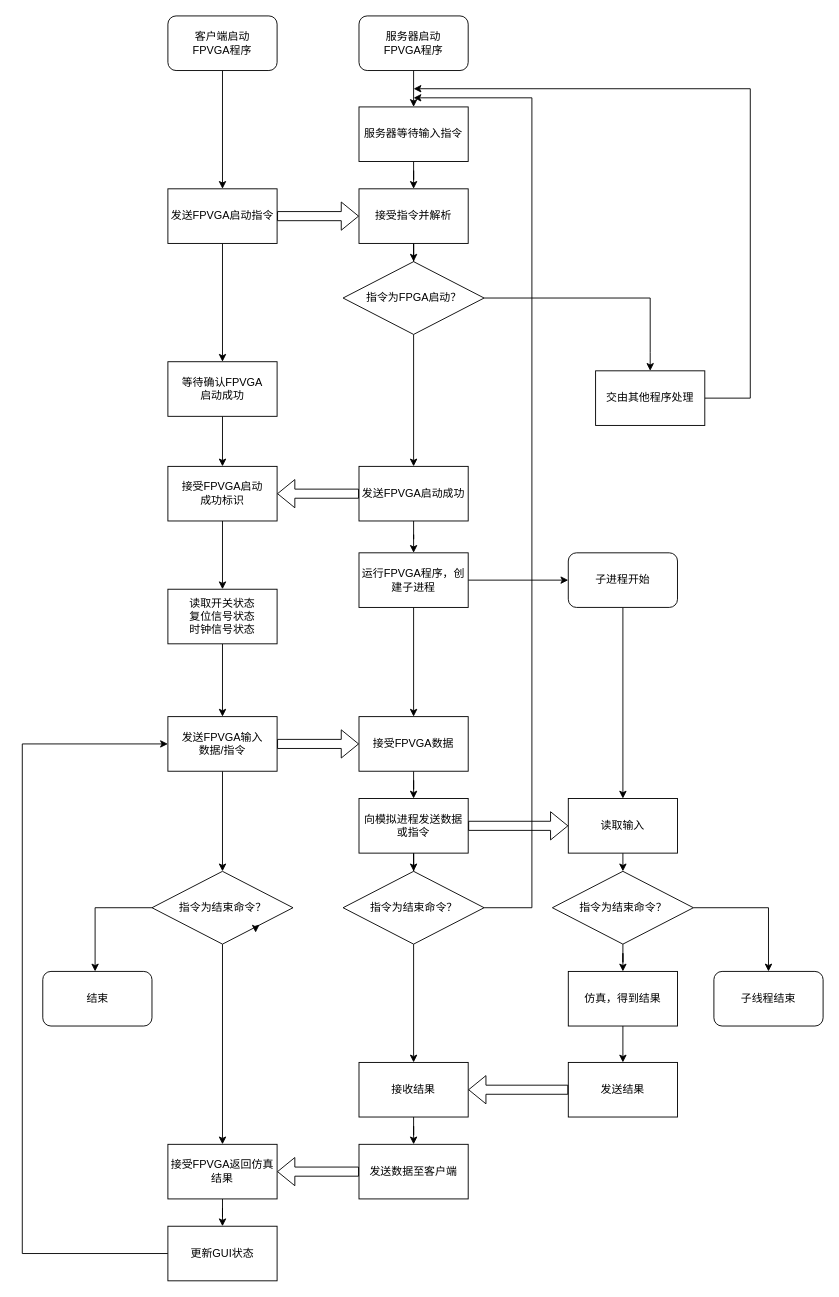
The draw.io diagram page "Page-4" (4 of 6) of Task2.drawio in moui66744/NetDesign, before the edit. Source tidied: cells renumbered, new cells numbered last; positions are measured from the earlier drawing's top-left corner, leaving out a move shared by most shapes. Both pictures are drawn from the tidied source at 91%, with x=0, y=0 at pixel (22, 15).
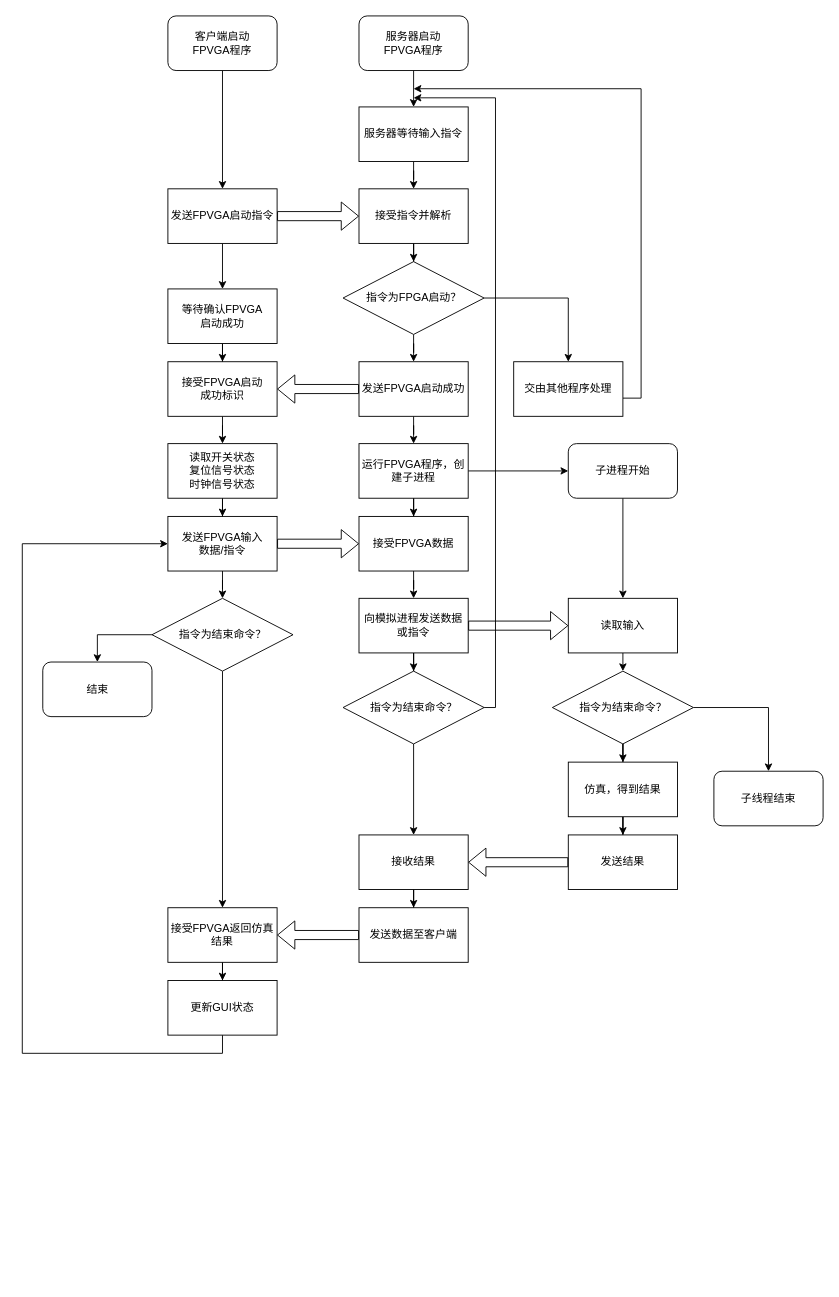
The same diagram, later.

The change refers to these unchanged cells:
```xml
<mxCell id="15" value="指令为FPGA启动？" style="rhombus;whiteSpace=wrap;html=1;" parent="1" vertex="1">
  <mxGeometry x="352.5" y="270" width="155" height="80" as="geometry" />
</mxCell>
```

Diff of the diagram source:
```diff
@@
     <mxCell id="13" style="edgeStyle=orthogonalEdgeStyle;rounded=0;jettySize=auto;html=1;entryX=0.5;entryY=0;entryDx=0;entryDy=0;" parent="1" edge="1" source="15" target="17">
       <mxGeometry relative="1" as="geometry">
         <Array as="points">
-          <mxPoint x="690" y="310" />
-          <mxPoint x="690" y="370" />
+          <mxPoint x="600" y="310" />
         </Array>
       </mxGeometry>
     </mxCell>
@@
     <mxCell id="16" style="edgeStyle=orthogonalEdgeStyle;rounded=0;jettySize=auto;html=1;" parent="1" edge="1" source="17">
       <mxGeometry relative="1" as="geometry">
         <mxPoint x="430" y="80" as="targetPoint" />
         <Array as="points">
-          <mxPoint x="800" y="420" />
-          <mxPoint x="800" y="80" />
+          <mxPoint x="680" y="420" />
+          <mxPoint x="680" y="80" />
         </Array>
       </mxGeometry>
     </mxCell>
     <mxCell id="17" value="交由其他程序处理" style="rounded=0;whiteSpace=wrap;html=1;" parent="1" vertex="1">
-      <mxGeometry x="630" y="390" width="120" height="60" as="geometry" />
+      <mxGeometry x="540" y="380" width="120" height="60" as="geometry" />
     </mxCell>
@@
     <mxCell id="19" value="发送FPVGA启动成功" style="rounded=0;whiteSpace=wrap;html=1;" parent="1" vertex="1">
-      <mxGeometry x="370" y="495" width="120" height="60" as="geometry" />
+      <mxGeometry x="370" y="380" width="120" height="60" as="geometry" />
     </mxCell>
@@
     <mxCell id="22" value="运行FPVGA程序，创建子进程" style="rounded=0;whiteSpace=wrap;html=1;" parent="1" vertex="1">
-      <mxGeometry x="370" y="590" width="120" height="60" as="geometry" />
+      <mxGeometry x="370" y="470" width="120" height="60" as="geometry" />
     </mxCell>
@@
     <mxCell id="24" value="等待确认FPVGA&lt;br&gt;启动成功" style="rounded=0;whiteSpace=wrap;html=1;" parent="1" vertex="1">
-      <mxGeometry x="160" y="380" width="120" height="60" as="geometry" />
+      <mxGeometry x="160" y="300" width="120" height="60" as="geometry" />
     </mxCell>
@@
     <mxCell id="26" value="接受FPVGA启动&lt;br&gt;成功标识" style="rounded=0;whiteSpace=wrap;html=1;" parent="1" vertex="1">
-      <mxGeometry x="160" y="495" width="120" height="60" as="geometry" />
+      <mxGeometry x="160" y="380" width="120" height="60" as="geometry" />
     </mxCell>
@@
     <mxCell id="29" value="子进程开始" style="rounded=1;whiteSpace=wrap;html=1;" parent="1" vertex="1">
-      <mxGeometry x="600" y="590" width="120" height="60" as="geometry" />
+      <mxGeometry x="600" y="470" width="120" height="60" as="geometry" />
     </mxCell>
@@
     <mxCell id="31" value="发送FPVGA输入&lt;br&gt;数据/指令" style="rounded=0;whiteSpace=wrap;html=1;" parent="1" vertex="1">
-      <mxGeometry x="160" y="770" width="120" height="60" as="geometry" />
+      <mxGeometry x="160" y="550" width="120" height="60" as="geometry" />
     </mxCell>
@@
     <mxCell id="33" value="读取开关状态&lt;br&gt;复位信号状态&lt;br&gt;时钟信号状态" style="rounded=0;whiteSpace=wrap;html=1;" parent="1" vertex="1">
-      <mxGeometry x="160" y="630" width="120" height="60" as="geometry" />
+      <mxGeometry x="160" y="470" width="120" height="60" as="geometry" />
     </mxCell>
@@
     <mxCell id="35" value="接受FPVGA数据" style="rounded=0;whiteSpace=wrap;html=1;" parent="1" vertex="1">
-      <mxGeometry x="370" y="770" width="120" height="60" as="geometry" />
+      <mxGeometry x="370" y="550" width="120" height="60" as="geometry" />
     </mxCell>
@@
     <mxCell id="38" value="向模拟进程发送数据或指令" style="rounded=0;whiteSpace=wrap;html=1;" parent="1" vertex="1">
-      <mxGeometry x="370" y="860" width="120" height="60" as="geometry" />
+      <mxGeometry x="370" y="640" width="120" height="60" as="geometry" />
     </mxCell>
     <mxCell id="39" style="edgeStyle=orthogonalEdgeStyle;rounded=0;jettySize=auto;html=1;exitX=1;exitY=0.5;exitDx=0;exitDy=0;" parent="1" edge="1" source="41">
       <mxGeometry relative="1" as="geometry">
         <mxPoint x="430" y="90" as="targetPoint" />
         <Array as="points">
-          <mxPoint x="560" y="980" />
-          <mxPoint x="560" y="90" />
+          <mxPoint x="520" y="760" />
+          <mxPoint x="520" y="90" />
         </Array>
       </mxGeometry>
     </mxCell>
@@
     <mxCell id="41" value="指令为结束命令？" style="rhombus;whiteSpace=wrap;html=1;" parent="1" vertex="1">
-      <mxGeometry x="352.5" y="940" width="155" height="80" as="geometry" />
+      <mxGeometry x="352.5" y="720" width="155" height="80" as="geometry" />
     </mxCell>
     <mxCell id="42" style="edgeStyle=orthogonalEdgeStyle;rounded=0;jettySize=auto;html=1;entryX=0.5;entryY=0;entryDx=0;entryDy=0;" parent="1" edge="1" source="43" target="46">
       <mxGeometry relative="1" as="geometry">
         <Array as="points">
-          <mxPoint x="660" y="890" />
+          <mxPoint x="660" y="670" />
         </Array>
       </mxGeometry>
     </mxCell>
     <mxCell id="43" value="读取输入" style="rounded=0;whiteSpace=wrap;html=1;" parent="1" vertex="1">
-      <mxGeometry x="600" y="860" width="120" height="60" as="geometry" />
+      <mxGeometry x="600" y="640" width="120" height="60" as="geometry" />
     </mxCell>
@@
     <mxCell id="46" value="指令为结束命令？" style="rhombus;whiteSpace=wrap;html=1;" parent="1" vertex="1">
-      <mxGeometry x="582.5" y="940" width="155" height="80" as="geometry" />
+      <mxGeometry x="582.5" y="720" width="155" height="80" as="geometry" />
     </mxCell>
     <mxCell id="47" value="子线程结束" style="rounded=1;whiteSpace=wrap;html=1;" parent="1" vertex="1">
-      <mxGeometry x="760" y="1050" width="120" height="60" as="geometry" />
+      <mxGeometry x="760" y="830" width="120" height="60" as="geometry" />
     </mxCell>
@@
     <mxCell id="49" value="仿真，得到结果" style="whiteSpace=wrap;html=1;" parent="1" vertex="1">
-      <mxGeometry x="600" y="1050" width="120" height="60" as="geometry" />
+      <mxGeometry x="600" y="820" width="120" height="60" as="geometry" />
     </mxCell>
     <mxCell id="50" value="发送结果" style="rounded=0;whiteSpace=wrap;html=1;" parent="1" vertex="1">
-      <mxGeometry x="600" y="1150" width="120" height="60" as="geometry" />
+      <mxGeometry x="600" y="900" width="120" height="60" as="geometry" />
     </mxCell>
@@
     <mxCell id="52" value="接收结果" style="rounded=0;whiteSpace=wrap;html=1;" parent="1" vertex="1">
-      <mxGeometry x="370" y="1150" width="120" height="60" as="geometry" />
+      <mxGeometry x="370" y="900" width="120" height="60" as="geometry" />
     </mxCell>
@@
     <mxCell id="54" value="发送数据至客户端" style="whiteSpace=wrap;html=1;rounded=0;" parent="1" vertex="1">
-      <mxGeometry x="370" y="1240" width="120" height="60" as="geometry" />
+      <mxGeometry x="370" y="980" width="120" height="60" as="geometry" />
     </mxCell>
@@
     <mxCell id="56" value="接受FPVGA返回仿真结果" style="rounded=0;whiteSpace=wrap;html=1;" parent="1" vertex="1">
-      <mxGeometry x="160" y="1240" width="120" height="60" as="geometry" />
+      <mxGeometry x="160" y="980" width="120" height="60" as="geometry" />
     </mxCell>
@@
     <mxCell id="58" style="edgeStyle=orthogonalEdgeStyle;rounded=0;jettySize=auto;html=1;entryX=0;entryY=0.5;entryDx=0;entryDy=0;" parent="1" edge="1" source="59" target="31">
       <mxGeometry relative="1" as="geometry">
         <Array as="points">
-          <mxPoint y="1360" />
-          <mxPoint y="800" />
+          <mxPoint y="1140" />
+          <mxPoint y="580" />
         </Array>
       </mxGeometry>
     </mxCell>
     <mxCell id="59" value="更新GUI状态" style="rounded=0;whiteSpace=wrap;html=1;" parent="1" vertex="1">
-      <mxGeometry x="160" y="1330" width="120" height="60" as="geometry" />
+      <mxGeometry x="160" y="1060" width="120" height="60" as="geometry" />
     </mxCell>
@@
-    <mxCell id="61" style="edgeStyle=orthogonalEdgeStyle;rounded=0;jettySize=auto;html=1;" parent="1" edge="1" source="62">
+    <mxCell id="61" style="edgeStyle=orthogonalEdgeStyle;rounded=0;jettySize=auto;html=1;entryX=0.5;entryY=0;entryDx=0;entryDy=0;" parent="1" edge="1" source="62" target="63">
       <mxGeometry relative="1" as="geometry">
-        <mxPoint x="80" y="1050" as="targetPoint" />
         <Array as="points">
-          <mxPoint x="80" y="980" />
+          <mxPoint x="83" y="680" />
         </Array>
       </mxGeometry>
     </mxCell>
     <mxCell id="62" value="指令为结束命令？" style="rhombus;whiteSpace=wrap;html=1;" parent="1" vertex="1">
-      <mxGeometry x="142.5" y="940" width="155" height="80" as="geometry" />
+      <mxGeometry x="142.5" y="640" width="155" height="80" as="geometry" />
     </mxCell>
     <mxCell id="63" value="结束" style="rounded=1;whiteSpace=wrap;html=1;" parent="1" vertex="1">
-      <mxGeometry x="22.5" y="1050" width="120" height="60" as="geometry" />
+      <mxGeometry x="22.5" y="710" width="120" height="60" as="geometry" />
     </mxCell>
-    <mxCell id="64" style="edgeStyle=orthogonalEdgeStyle;rounded=0;orthogonalLoop=1;jettySize=auto;html=1;exitX=1;exitY=1;exitDx=0;exitDy=0;entryX=0.735;entryY=0.842;entryDx=0;entryDy=0;entryPerimeter=0;" parent="1" edge="1" source="62" target="62">
-      <mxGeometry relative="1" as="geometry" />
-    </mxCell>
```
